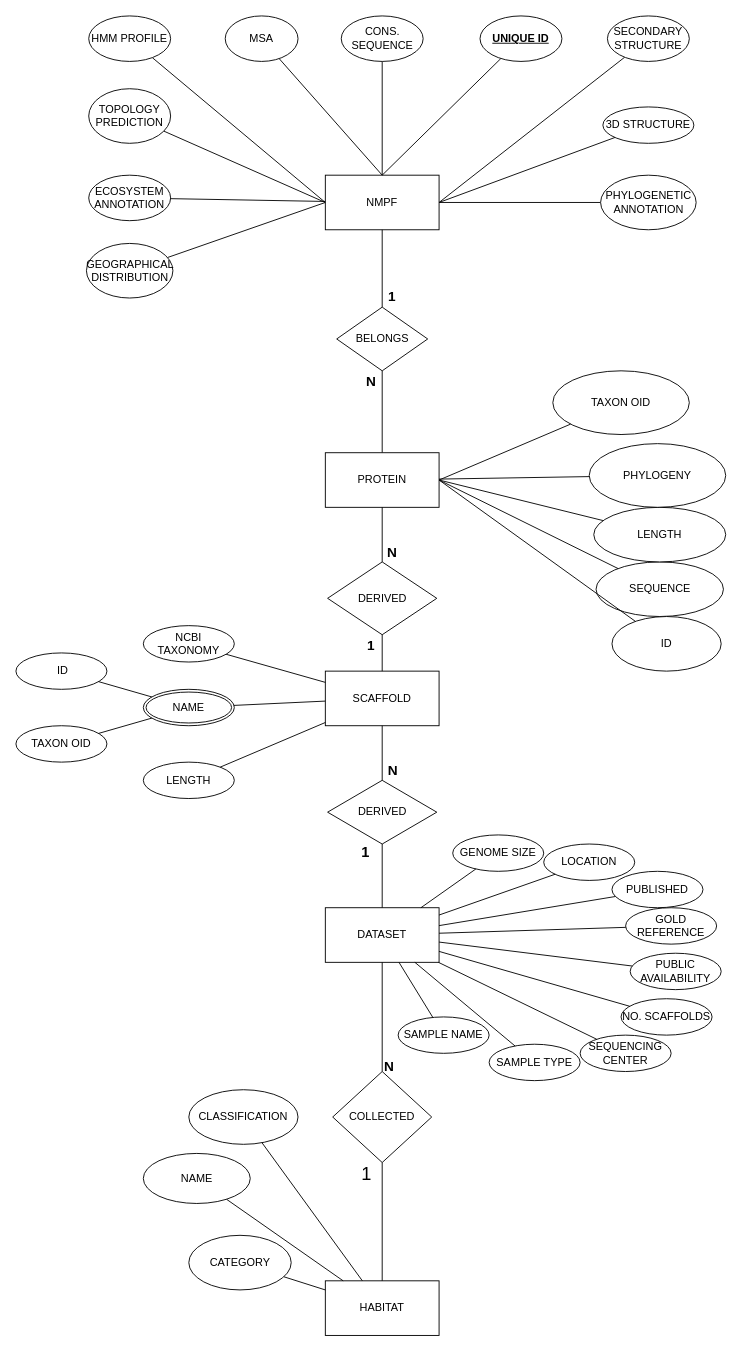
Above: Ανώνυμο διάγραμμα.drawio in IceGreb/db_project (draw.io), before the change. Source tidied: cells renumbered, new cells numbered last; positions are measured from the earlier drawing's top-left corner, leaving out a move shared by most shapes. Both pictures are drawn from the tidied source at 91%, with x=0, y=0 at pixel (15, 15).
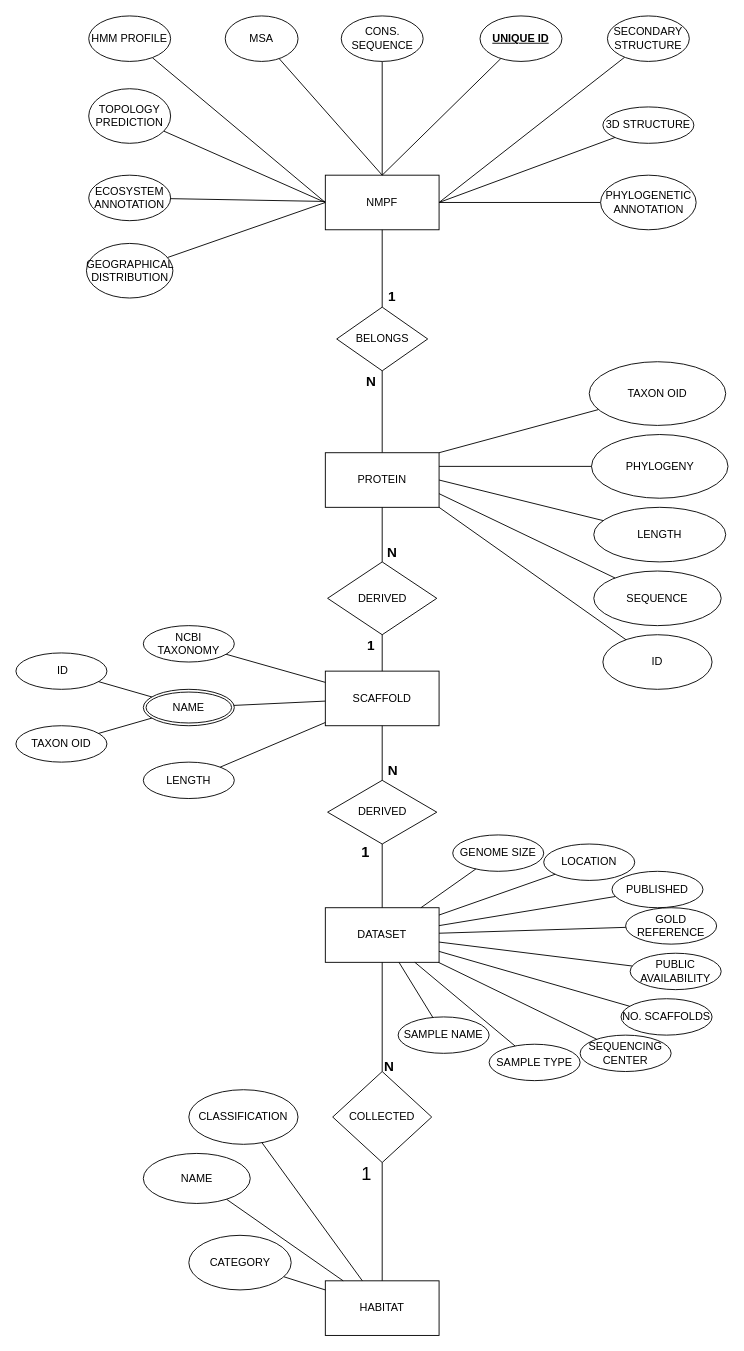
The same page after the edit.

Unchanged cells that the change refers to:
```xml
<mxCell id="24" value="&lt;div&gt;PROTEIN&lt;/div&gt;" style="rounded=0;whiteSpace=wrap;html=1;labelBackgroundColor=none;" parent="1" vertex="1">
  <mxGeometry x="340" y="480" width="125" height="60" as="geometry" />
</mxCell>
```

Diff of the diagram source:
```diff
@@
     <mxCell id="28" value="SEQUENCE" style="ellipse;whiteSpace=wrap;html=1;labelBackgroundColor=none;" parent="1" vertex="1">
-      <mxGeometry x="637.5" y="600" width="140" height="60" as="geometry" />
+      <mxGeometry x="635" y="610" width="140" height="60" as="geometry" />
     </mxCell>
-    <mxCell id="29" style="rounded=1;jettySize=auto;html=1;endArrow=none;endFill=0;labelBackgroundColor=none;fontColor=default;exitX=1;exitY=0.5;exitDx=0;exitDy=0;" parent="1" edge="1" source="24" target="28">
+    <mxCell id="29" style="rounded=1;jettySize=auto;html=1;endArrow=none;endFill=0;labelBackgroundColor=none;fontColor=default;exitX=1;exitY=0.75;exitDx=0;exitDy=0;" parent="1" edge="1" source="24" target="28">
       <mxGeometry relative="1" as="geometry" />
     </mxCell>
     <mxCell id="30" value="ID" style="ellipse;whiteSpace=wrap;html=1;labelBackgroundColor=none;" parent="1" vertex="1">
-      <mxGeometry x="655" y="660" width="120" height="60" as="geometry" />
+      <mxGeometry x="645" y="680" width="120" height="60" as="geometry" />
     </mxCell>
     <mxCell id="31" value="TAXON OID" style="ellipse;whiteSpace=wrap;html=1;labelBackgroundColor=none;" parent="1" vertex="1">
-      <mxGeometry x="590" y="390" width="150" height="70" as="geometry" />
+      <mxGeometry x="630" y="380" width="150" height="70" as="geometry" />
     </mxCell>
@@
     <mxCell id="33" value="PHYLOGENY" style="ellipse;whiteSpace=wrap;html=1;rounded=0;labelBackgroundColor=none;" parent="1" vertex="1">
-      <mxGeometry x="630" y="470" width="150" height="70" as="geometry" />
+      <mxGeometry x="632.5" y="460" width="150" height="70" as="geometry" />
     </mxCell>
-    <mxCell id="34" style="endArrow=none;html=1;rounded=0;labelBackgroundColor=none;fontColor=default;" parent="1" edge="1" source="24" target="33">
+    <mxCell id="34" style="endArrow=none;html=1;rounded=0;labelBackgroundColor=none;fontColor=default;exitX=1;exitY=0.25;exitDx=0;exitDy=0;" parent="1" edge="1" source="24" target="33">
       <mxGeometry relative="1" as="geometry" />
     </mxCell>
@@
-    <mxCell id="83" style="endArrow=none;html=1;rounded=0;exitX=1;exitY=0.5;exitDx=0;exitDy=0;" parent="1" edge="1" source="24" target="31">
+    <mxCell id="83" style="endArrow=none;html=1;rounded=0;exitX=1;exitY=0;exitDx=0;exitDy=0;" parent="1" edge="1" source="24" target="31">
       <mxGeometry relative="1" as="geometry" />
     </mxCell>
-    <mxCell id="84" style="endArrow=none;html=1;rounded=0;exitX=1;exitY=0.5;exitDx=0;exitDy=0;" parent="1" edge="1" source="24" target="30">
+    <mxCell id="84" style="endArrow=none;html=1;rounded=0;exitX=1;exitY=1;exitDx=0;exitDy=0;" parent="1" edge="1" source="24" target="30">
       <mxGeometry relative="1" as="geometry" />
     </mxCell>
```
